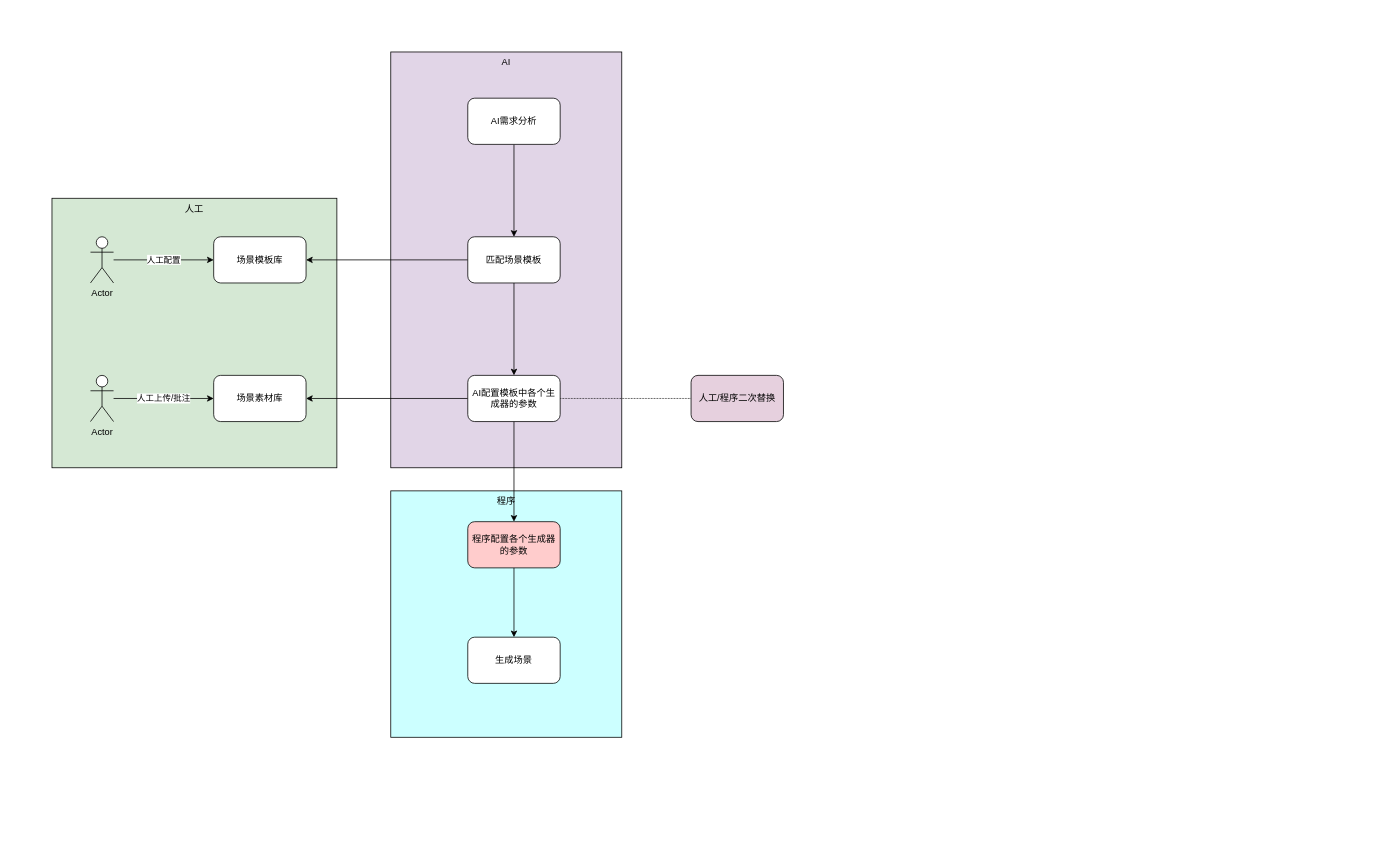
Earlier version of the draw.io diagram page "第 9 页" (9 of 9) of UE.drawio (kwhitestone/drawio). Source tidied: cells renumbered, new cells numbered last; positions are measured from the earlier drawing's top-left corner, leaving out a move shared by most shapes. Both pictures are drawn from the tidied source at 77%, with x=0, y=0 at pixel (52, 52).
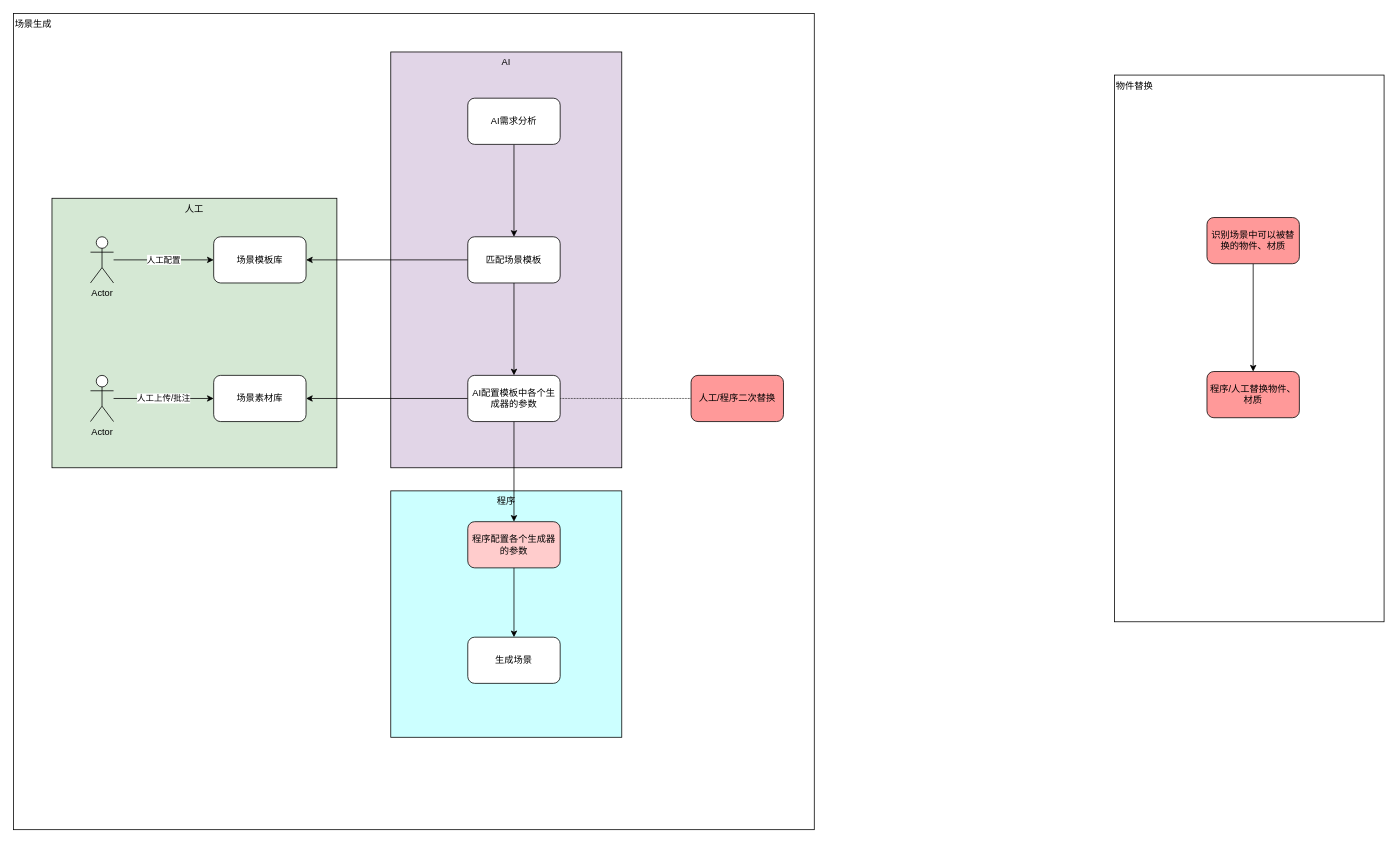
The same page after the edit.

What changed in the source:
```diff
@@
+    <mxCell id="24" value="物件替换" style="rounded=0;whiteSpace=wrap;html=1;verticalAlign=top;align=left;" parent="1" vertex="1">
+      <mxGeometry x="1380" y="30" width="350" height="710" as="geometry" />
+    </mxCell>
+    <mxCell id="25" value="场景生成" style="rounded=0;whiteSpace=wrap;html=1;verticalAlign=top;align=left;" parent="1" vertex="1">
+      <mxGeometry x="-50" y="-50" width="1040" height="1060" as="geometry" />
+    </mxCell>
@@
-    <mxCell id="22" value="人工/程序二次替换" style="rounded=1;whiteSpace=wrap;html=1;fillColor=light-dark(#E6D0DE,var(--ge-dark-color, #121212));" parent="1" vertex="1">
+    <mxCell id="22" value="人工/程序二次替换" style="rounded=1;whiteSpace=wrap;html=1;fillColor=light-dark(#FF9999,var(--ge-dark-color, #121212));" parent="1" vertex="1">
       <mxGeometry x="830" y="420" width="120" height="60" as="geometry" />
     </mxCell>
@@
+    <mxCell id="26" style="edgeStyle=orthogonalEdgeStyle;rounded=0;jettySize=auto;html=1;entryX=0.5;entryY=0;entryDx=0;entryDy=0;" parent="1" edge="1" source="27" target="28">
+      <mxGeometry relative="1" as="geometry" />
+    </mxCell>
+    <mxCell id="27" value="识别场景中可以被替换的物件、材质" style="rounded=1;whiteSpace=wrap;html=1;fillColor=light-dark(#FF9999,#000000);" parent="1" vertex="1">
+      <mxGeometry x="1500" y="215" width="120" height="60" as="geometry" />
+    </mxCell>
+    <mxCell id="28" value="程序/人工替换物件、材质" style="rounded=1;whiteSpace=wrap;html=1;fillColor=light-dark(#FF9999,#000000);" parent="1" vertex="1">
+      <mxGeometry x="1500" y="415" width="120" height="60" as="geometry" />
+    </mxCell>
```
